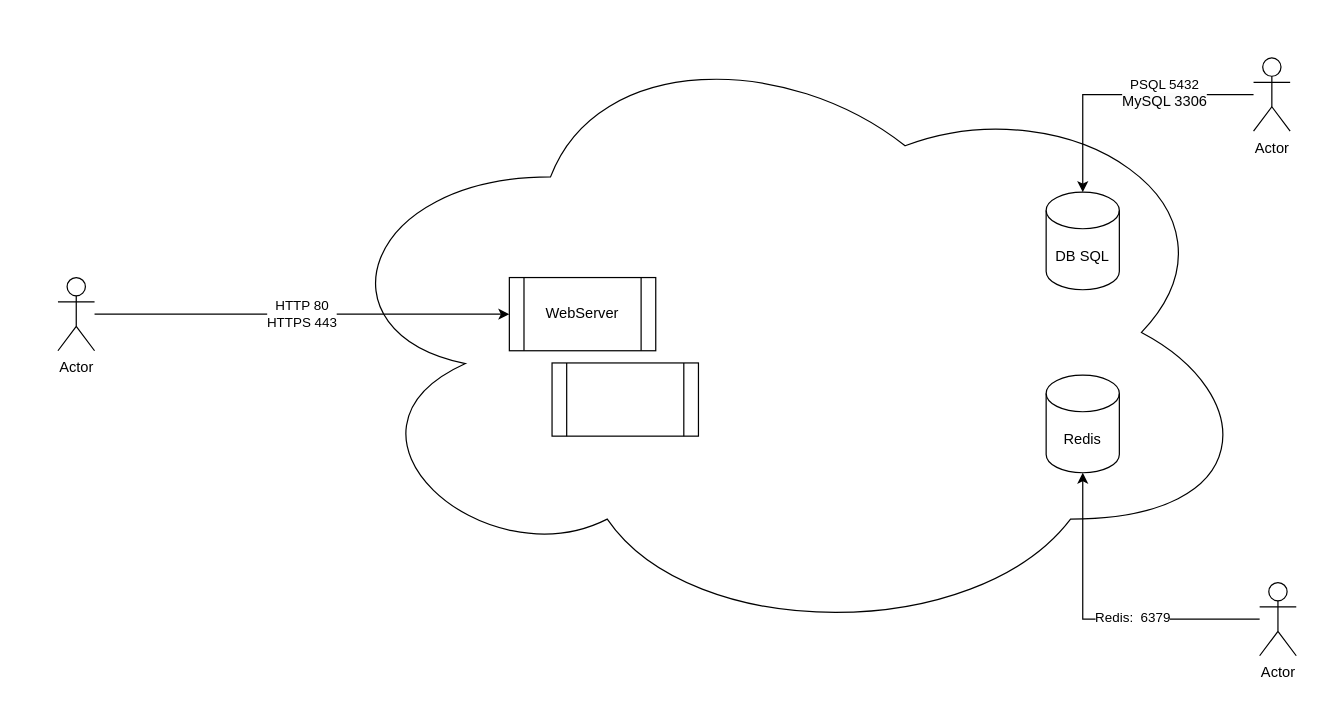
The draw.io diagram page "Сторінка-5" (5 of 6) of Diagrams/azure.drawio in ninydev/pv111, before the edit. Source tidied: cells renumbered, new cells numbered last; positions are measured from the earlier drawing's top-left corner, leaving out a move shared by most shapes. Both pictures are drawn from the tidied source at 122%, with x=0, y=0 at pixel (57, 21).
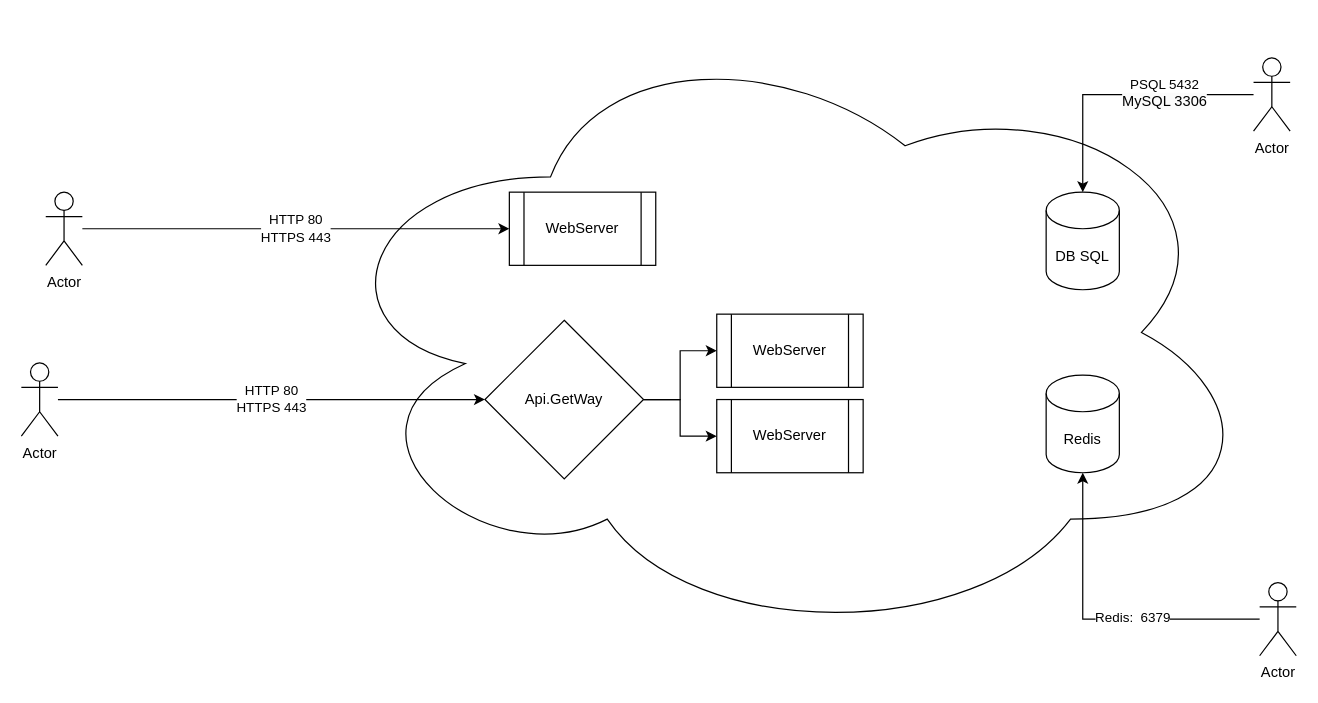
After the change.

Diff of the diagram source:
```diff
@@
     <mxCell id="12" value="Actor" style="shape=umlActor;verticalLabelPosition=bottom;verticalAlign=top;html=1;outlineConnect=0;" parent="1" vertex="1">
-      <mxGeometry y="210" width="30" height="60" as="geometry" />
+      <mxGeometry x="-10" y="140" width="30" height="60" as="geometry" />
     </mxCell>
     <mxCell id="13" value="WebServer" style="shape=process;whiteSpace=wrap;html=1;backgroundOutline=1;" parent="1" vertex="1">
-      <mxGeometry x="370" y="210" width="120" height="60" as="geometry" />
+      <mxGeometry x="370" y="140" width="120" height="60" as="geometry" />
     </mxCell>
-    <mxCell id="14" style="shape=process;whiteSpace=wrap;html=1;backgroundOutline=1;" parent="1" vertex="1">
-      <mxGeometry x="405" y="280" width="120" height="60" as="geometry" />
-    </mxCell>
+    <mxCell id="15" value="WebServer" style="shape=process;whiteSpace=wrap;html=1;backgroundOutline=1;" parent="1" vertex="1">
+      <mxGeometry x="540" y="240" width="120" height="60" as="geometry" />
+    </mxCell>
+    <mxCell id="16" value="WebServer" style="shape=process;whiteSpace=wrap;html=1;backgroundOutline=1;" parent="1" vertex="1">
+      <mxGeometry x="540" y="310" width="120" height="60" as="geometry" />
+    </mxCell>
+    <mxCell id="17" style="edgeStyle=orthogonalEdgeStyle;rounded=0;jettySize=auto;html=1;entryX=0;entryY=0.5;entryDx=0;entryDy=0;" parent="1" edge="1" source="19" target="15">
+      <mxGeometry relative="1" as="geometry" />
+    </mxCell>
+    <mxCell id="18" style="edgeStyle=orthogonalEdgeStyle;rounded=0;jettySize=auto;html=1;entryX=0;entryY=0.5;entryDx=0;entryDy=0;" parent="1" edge="1" source="19" target="16">
+      <mxGeometry relative="1" as="geometry" />
+    </mxCell>
+    <mxCell id="19" value="Api.GetWay" style="rhombus;whiteSpace=wrap;html=1;" parent="1" vertex="1">
+      <mxGeometry x="350" y="245" width="130" height="130" as="geometry" />
+    </mxCell>
+    <mxCell id="20" value="HTTP 80&lt;br&gt;HTTPS 443" style="edgeStyle=orthogonalEdgeStyle;rounded=0;jettySize=auto;html=1;" parent="1" edge="1" source="21">
+      <mxGeometry relative="1" as="geometry">
+        <mxPoint x="350" y="310" as="targetPoint" />
+      </mxGeometry>
+    </mxCell>
+    <mxCell id="21" value="Actor" style="shape=umlActor;verticalLabelPosition=bottom;verticalAlign=top;html=1;outlineConnect=0;" parent="1" vertex="1">
+      <mxGeometry x="-30" y="280" width="30" height="60" as="geometry" />
+    </mxCell>
```
